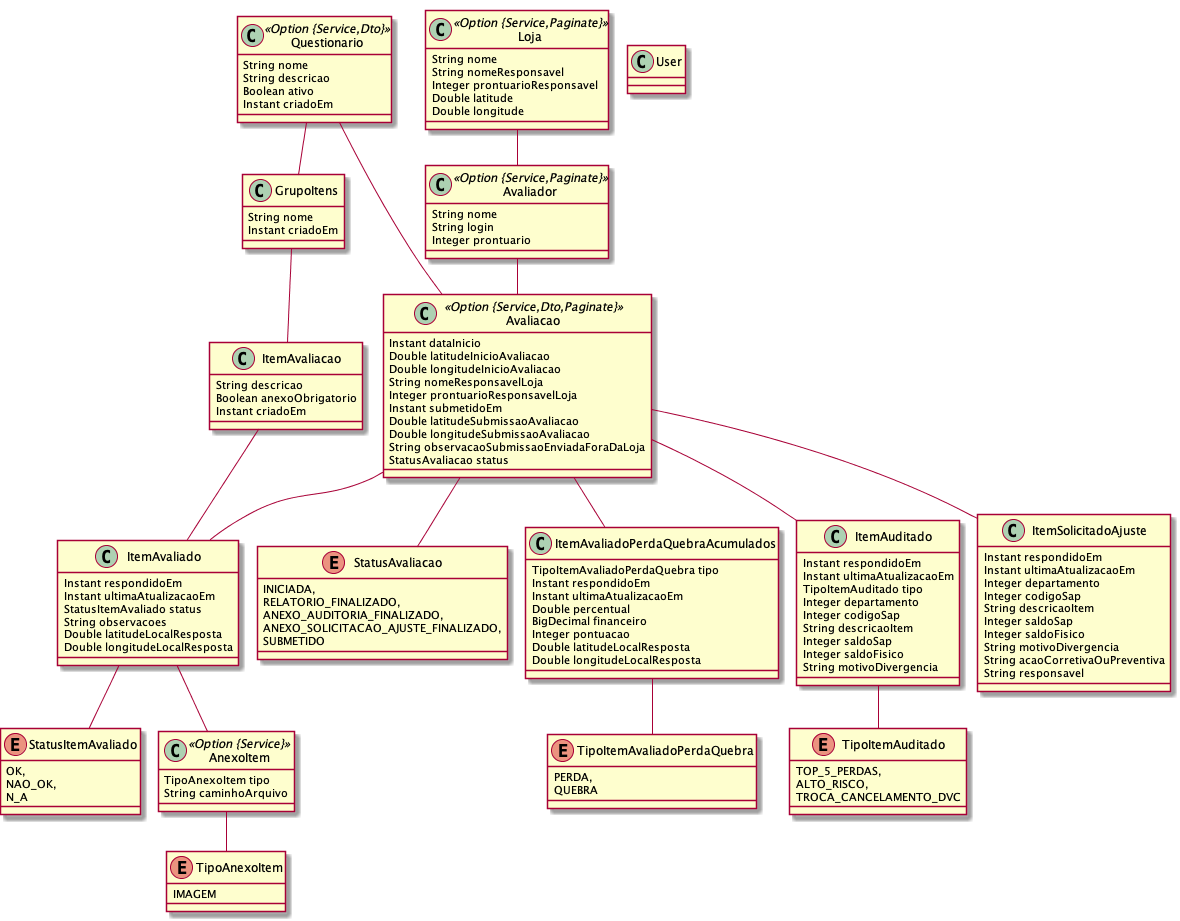
The PlantUML diagram model.png in BulkSecurityGeneratorProject/appdevdcp, before a commit.
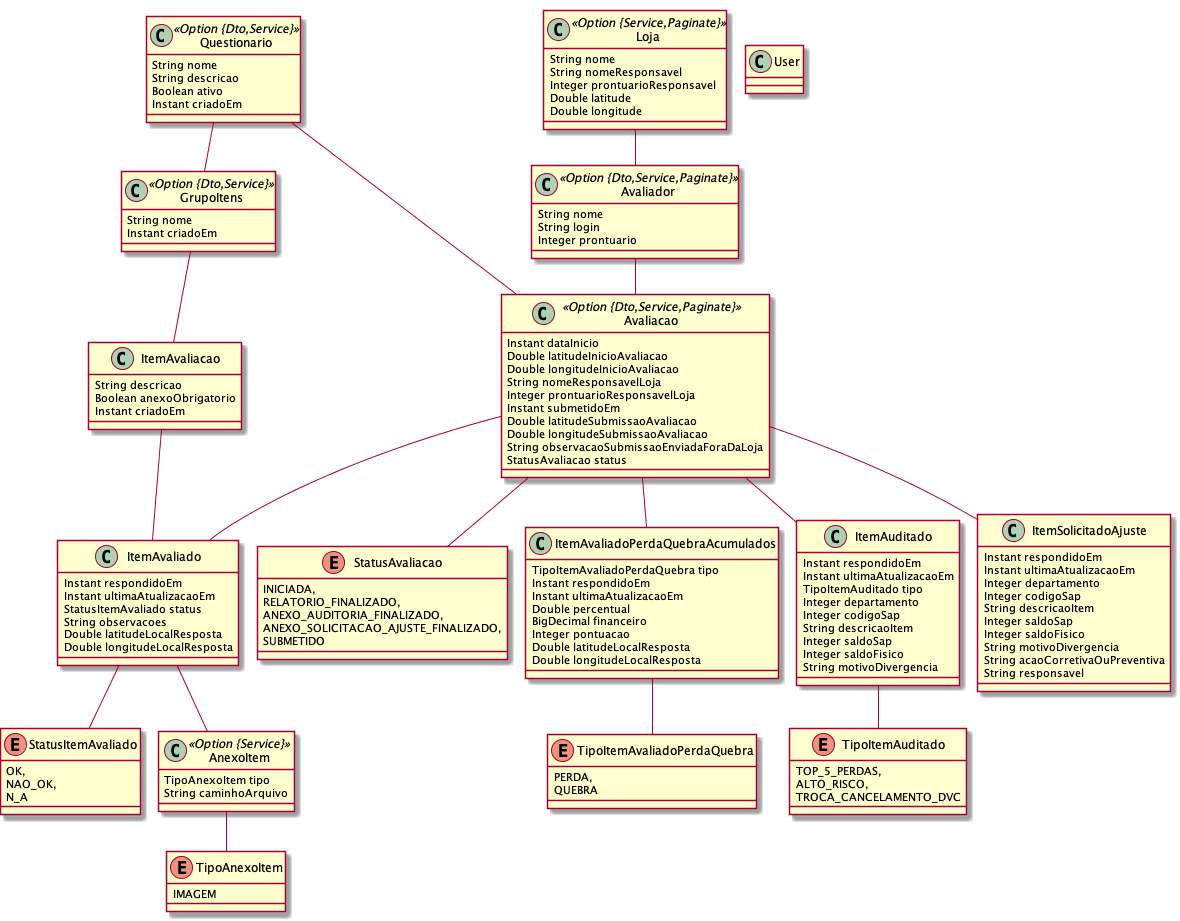
The same diagram one commit later.

Diff of the diagram source:
```diff
@@ -17,13 +17,13 @@
 		PERDA,
 		QUEBRA
 	}
-	class Questionario <<Option {Service,Dto}>> {
+	class Questionario <<Option {Dto,Service}>> {
 		String nome
 		String descricao
 		Boolean ativo
 		Instant criadoEm
 	}
-	class Avaliador <<Option {Service,Paginate}>> {
+	class Avaliador <<Option {Dto,Service,Paginate}>> {
 		String nome
 		String login
 		Integer prontuario
@@ -35,7 +35,7 @@
 		Double latitude
 		Double longitude
 	}
-	class Avaliacao <<Option {Service,Dto,Paginate}>> {
+	class Avaliacao <<Option {Dto,Service,Paginate}>> {
 		Instant dataInicio
 		Double latitudeInicioAvaliacao
 		Double longitudeInicioAvaliacao
@@ -73,7 +73,7 @@
 		Double longitudeLocalResposta
 	}
 	ItemAvaliadoPerdaQuebraAcumulados ..> TipoItemAvaliadoPerdaQuebra
-	class GrupoItens  {
+	class GrupoItens <<Option {Dto,Service}>> {
 		String nome
 		Instant criadoEm
 	}
```
